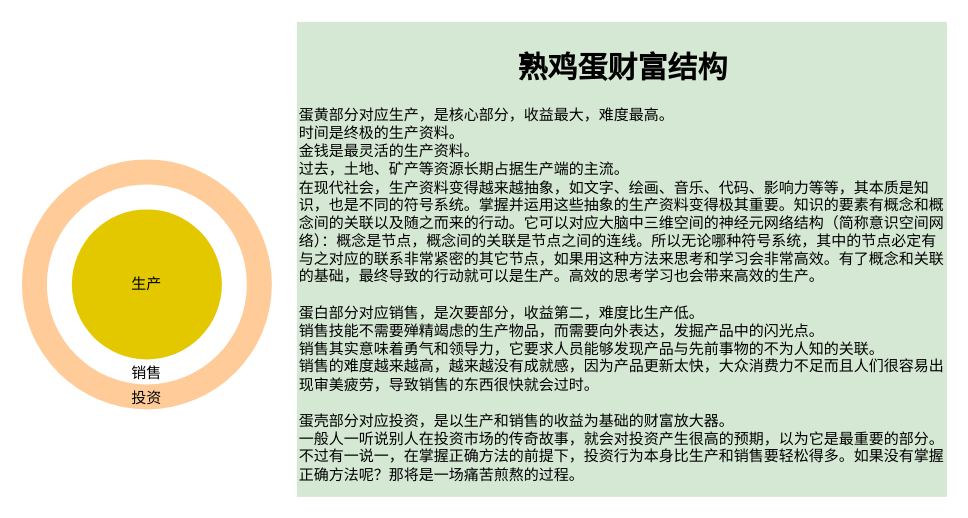
Before: 熟鸡蛋财富结构.drawio in yanhanfrontend/draw.io.workspace, a draw.io diagram. Source tidied: cells renumbered, new cells numbered last; positions are measured from the earlier drawing's top-left corner, leaving out a move shared by most shapes. Both pictures are drawn from the tidied source at 125%, with x=0, y=0 at pixel (21, 21).
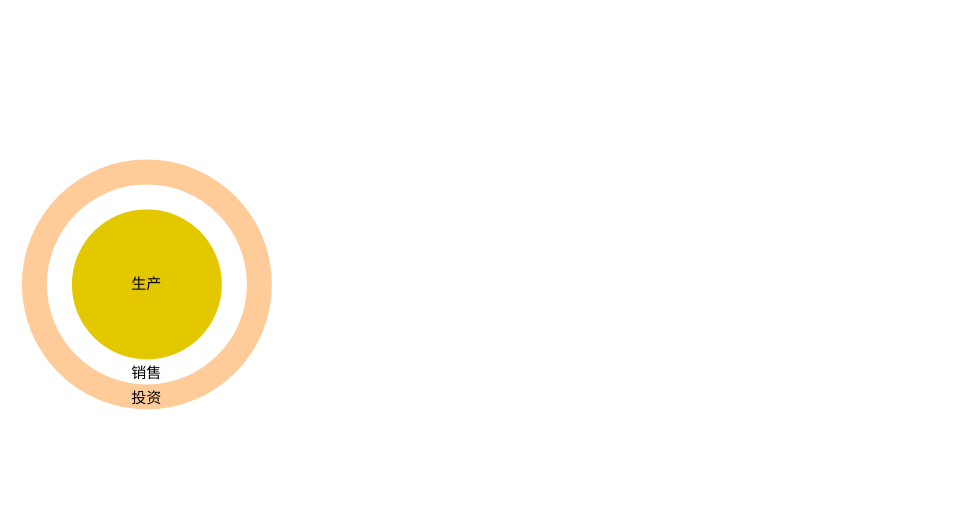
After the change.

Commit message:
更新熟鸡蛋财富结构.drawio

Change to the diagram source:
```diff
@@
 <mxGraphModel>
   <root>
     <mxCell id="0" />
     <mxCell id="1" parent="0" />
-    <mxCell id="2" value="&lt;h1 style=&quot;text-align: center;&quot;&gt;熟鸡蛋财富结构&lt;/h1&gt;&lt;div&gt;&lt;span style=&quot;background-color: transparent; color: light-dark(rgb(0, 0, 0), rgb(255, 255, 255));&quot;&gt;蛋黄部分对应生产，是核心部分，收益最大，难度最高。&lt;/span&gt;&lt;/div&gt;&lt;div&gt;时间是终极的生产资料。&lt;/div&gt;&lt;div&gt;金钱是最灵活的生产资料。&lt;/div&gt;&lt;div&gt;过去，土地、矿产等资源长期占据生产端的主流。&lt;/div&gt;&lt;div&gt;在现代社会，生产资料变得越来越抽象，如文字、绘画、音乐、代码、影响力等等，其本质是知识，也是不同的符号系统。掌握并运用这些抽象的生产资料变得极其重要。知识的要素有概念和概念间的关联以及随之而来的行动。它可以对应大脑中三维空间的神经元网络结构（简称意识空间网络）：概念是节点，概念间的关联是节点之间的连线。所以无论哪种符号系统，其中的节点必定有与之对应的联系非常紧密的其它节点，如果用这种方法来思考和学习会非常高效。有了概念和关联的基础，最终导致的行动就可以是生产。高效的思考学习也会带来高效的生产。&lt;br&gt;&lt;div&gt;&lt;br&gt;&lt;/div&gt;&lt;div&gt;蛋白部分对应销售，是次要部分，收益第二，难度比生产低。&lt;/div&gt;&lt;div&gt;销售技能不需要殚精竭虑的生产物品，而需要向外表达，发掘产品中的闪光点。&lt;/div&gt;&lt;div&gt;销售其实意味着勇气和领导力，它要求人员能够发现产品与先前事物的不为人知的关联。&lt;/div&gt;&lt;div&gt;销售的难度越来越高，越来越没有成就感，因为产品更新太快，大众消费力不足而且人们很容易出现审美疲劳，导致销售的东西很快就会过时。&lt;/div&gt;&lt;div&gt;&lt;br&gt;&lt;/div&gt;&lt;div&gt;蛋壳部分对应投资，是以生产和销售的收益为基础的财富放大器。&lt;/div&gt;&lt;div&gt;一般人一听说别人在投资市场的传奇故事，就会对投资产生很高的预期，以为它是最重要的部分&lt;span style=&quot;background-color: transparent; color: light-dark(rgb(0, 0, 0), rgb(255, 255, 255));&quot;&gt;。&lt;/span&gt;&lt;/div&gt;&lt;/div&gt;&lt;div&gt;&lt;span style=&quot;background-color: transparent; color: light-dark(rgb(0, 0, 0), rgb(255, 255, 255));&quot;&gt;不过有一说一，在掌握正确方法的前提下，投资行为本身比生产和销售要轻松得多。如果没有掌握正确方法呢？那将是一场痛苦煎熬的过程。&lt;/span&gt;&lt;/div&gt;" style="text;html=1;align=left;verticalAlign=top;whiteSpace=wrap;rounded=0;fillColor=#d5e8d4;strokeColor=none;" parent="1" vertex="1">
-      <mxGeometry x="220" width="520" height="380" as="geometry" />
-    </mxCell>
     <mxCell id="3" style="group;" parent="1" vertex="1">
       <mxGeometry y="110" width="200" height="200" as="geometry" />
     </mxCell>
     <mxCell id="4" value="投资" style="ellipse;whiteSpace=wrap;html=1;fillColor=#ffcc99;strokeColor=none;verticalAlign=bottom;" parent="3" vertex="1">
       <mxGeometry width="200" height="200" as="geometry" />
     </mxCell>
     <mxCell id="5" value="销售" style="ellipse;whiteSpace=wrap;html=1;strokeColor=none;verticalAlign=bottom;" parent="3" vertex="1">
       <mxGeometry x="20" y="20" width="160" height="160" as="geometry" />
     </mxCell>
     <mxCell id="6" value="生产" style="ellipse;whiteSpace=wrap;html=1;fillColor=#e3c800;strokeColor=none;gradientDirection=radial;fontColor=#000000;" parent="3" vertex="1">
       <mxGeometry x="40" y="40" width="120" height="120" as="geometry" />
     </mxCell>
   </root>
 </mxGraphModel>
```
